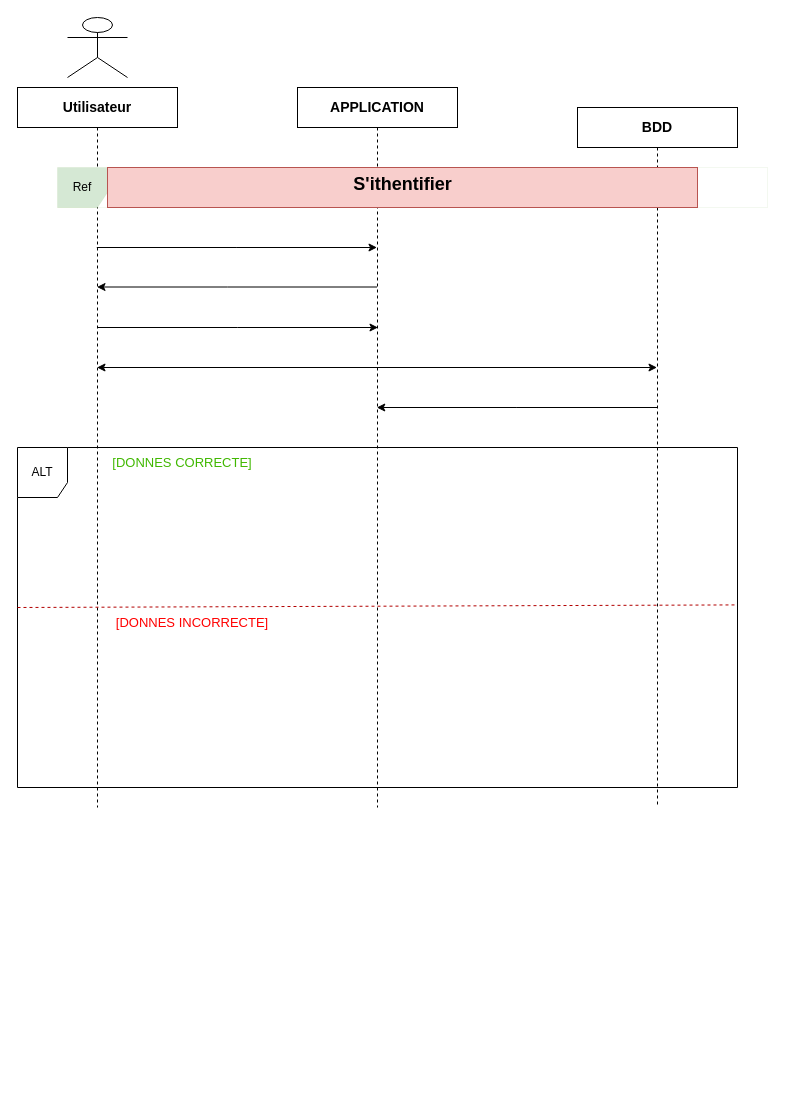
This is Untitled Diagram.drawio from karim200003/foryou, a draw.io file, before an edit. Source tidied: cells renumbered, new cells numbered last; positions are measured from the earlier drawing's top-left corner, leaving out a move shared by most shapes. Both pictures are drawn from the tidied source at 100%, with x=0, y=0 at pixel (17, 17).
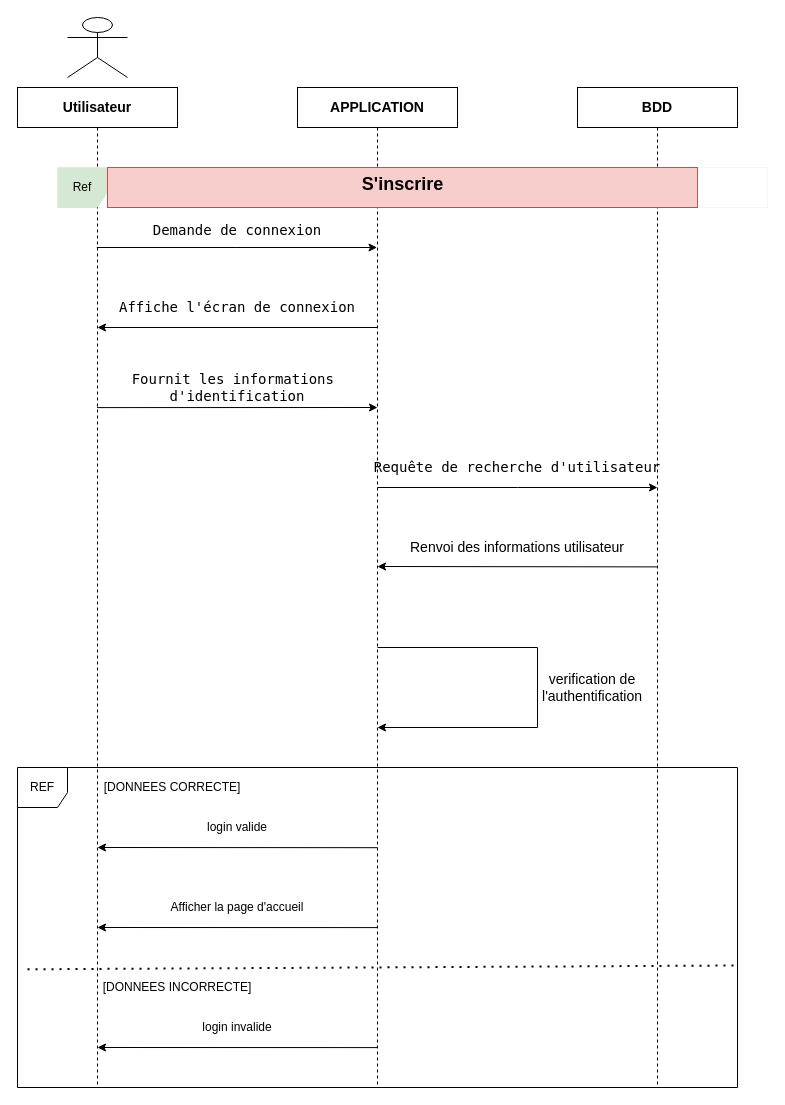
After the change.

The change refers to these unchanged cells:
```xml
<mxCell id="13" value="Ref" style="shape=umlFrame;whiteSpace=wrap;html=1;width=50;fillColor=#d5e8d4;strokeColor=#82b366;swimlaneFillColor=none;height=40;strokeWidth=0;" parent="1" vertex="1">
  <mxGeometry x="40" y="150" width="710" height="40" as="geometry" />
</mxCell>
```

Change to the diagram source:
```diff
@@
-    <mxCell id="2" style="edgeStyle=elbowEdgeStyle;rounded=0;jettySize=auto;html=1;elbow=vertical;curved=0;" parent="1" edge="1" source="4" target="15">
-      <mxGeometry relative="1" as="geometry" />
+    <mxCell id="2" style="edgeStyle=elbowEdgeStyle;rounded=0;jettySize=auto;html=1;elbow=vertical;curved=0;" parent="1" edge="1" source="4">
+      <mxGeometry relative="1" as="geometry">
+        <mxPoint x="80" y="599.8" as="targetPoint" />
+      </mxGeometry>
     </mxCell>
@@
     <mxCell id="4" value="&lt;font style=&quot;font-size: 14px;&quot;&gt;&lt;b&gt;Utilisateur&lt;/b&gt;&lt;/font&gt;" style="shape=umlLifeline;perimeter=lifelinePerimeter;whiteSpace=wrap;html=1;outlineConnect=0;portConstraint=eastwest;newEdgeStyle={&quot;edgeStyle&quot;:&quot;elbowEdgeStyle&quot;,&quot;elbow&quot;:&quot;vertical&quot;,&quot;curved&quot;:0,&quot;rounded&quot;:0};size=40;" parent="1" vertex="1">
-      <mxGeometry y="70" width="160" height="720" as="geometry" />
+      <mxGeometry y="70" width="160" height="1000" as="geometry" />
     </mxCell>
     <mxCell id="5" style="edgeStyle=elbowEdgeStyle;rounded=0;orthogonalLoop=1;jettySize=auto;html=1;elbow=vertical;curved=0;" parent="1" edge="1">
       <mxGeometry relative="1" as="geometry">
-        <mxPoint x="639.5" y="390" as="sourcePoint" />
-        <mxPoint x="359.3" y="390" as="targetPoint" />
+        <mxPoint x="640.2" y="549.4" as="sourcePoint" />
+        <mxPoint x="360" y="549.4" as="targetPoint" />
       </mxGeometry>
     </mxCell>
     <mxCell id="6" value="&lt;font style=&quot;font-size: 14px;&quot;&gt;&lt;b&gt;BDD&lt;/b&gt;&lt;/font&gt;" style="shape=umlLifeline;perimeter=lifelinePerimeter;whiteSpace=wrap;html=1;newEdgeStyle={&quot;edgeStyle&quot;:&quot;elbowEdgeStyle&quot;,&quot;elbow&quot;:&quot;vertical&quot;,&quot;curved&quot;:0,&quot;rounded&quot;:0};" parent="1" vertex="1">
-      <mxGeometry x="560" y="90" width="160" height="700" as="geometry" />
+      <mxGeometry x="560" y="70" width="160" height="1000" as="geometry" />
     </mxCell>
     <mxCell id="7" style="edgeStyle=elbowEdgeStyle;rounded=0;orthogonalLoop=1;jettySize=auto;html=1;elbow=vertical;curved=0;" parent="1" edge="1">
       <mxGeometry relative="1" as="geometry">
-        <mxPoint x="359.5" y="269.5" as="sourcePoint" />
-        <mxPoint x="79.5" y="269.5" as="targetPoint" />
+        <mxPoint x="360" y="310" as="sourcePoint" />
+        <mxPoint x="80" y="310" as="targetPoint" />
         <Array as="points">
-          <mxPoint x="210" y="269.5" />
-          <mxPoint x="230" y="259.5" />
+          <mxPoint x="210.5" y="310" />
+          <mxPoint x="230.5" y="300" />
         </Array>
       </mxGeometry>
     </mxCell>
-    <mxCell id="8" style="edgeStyle=elbowEdgeStyle;rounded=0;orthogonalLoop=1;jettySize=auto;html=1;elbow=vertical;curved=0;" parent="1" edge="1">
-      <mxGeometry relative="1" as="geometry">
-        <mxPoint x="359.5" y="350" as="sourcePoint" />
-        <mxPoint x="79.5" y="350" as="targetPoint" />
-      </mxGeometry>
-    </mxCell>
     <mxCell id="9" style="edgeStyle=elbowEdgeStyle;rounded=0;orthogonalLoop=1;jettySize=auto;html=1;elbow=vertical;curved=0;" parent="1" edge="1">
       <mxGeometry relative="1" as="geometry">
-        <mxPoint x="359.5" y="350" as="sourcePoint" />
-        <mxPoint x="639.5" y="350" as="targetPoint" />
+        <mxPoint x="360" y="470" as="sourcePoint" />
+        <mxPoint x="640" y="470" as="targetPoint" />
       </mxGeometry>
     </mxCell>
     <mxCell id="10" value="&lt;font style=&quot;font-size: 14px;&quot;&gt;&lt;b&gt;APPLICATION&lt;/b&gt;&lt;/font&gt;" style="shape=umlLifeline;perimeter=lifelinePerimeter;whiteSpace=wrap;html=1;newEdgeStyle={&quot;edgeStyle&quot;:&quot;elbowEdgeStyle&quot;,&quot;elbow&quot;:&quot;vertical&quot;,&quot;curved&quot;:0,&quot;rounded&quot;:0};size=40;" parent="1" vertex="1">
-      <mxGeometry x="280" y="70" width="160" height="720" as="geometry" />
+      <mxGeometry x="280" y="70" width="160" height="1000" as="geometry" />
     </mxCell>
@@
     <mxCell id="12" style="edgeStyle=elbowEdgeStyle;rounded=0;orthogonalLoop=1;jettySize=auto;html=1;elbow=vertical;curved=0;" parent="1" edge="1">
       <mxGeometry relative="1" as="geometry">
-        <mxPoint x="80" y="310" as="sourcePoint" />
-        <mxPoint x="360.5" y="310" as="targetPoint" />
+        <mxPoint x="79.5" y="390.1" as="sourcePoint" />
+        <mxPoint x="360" y="390.1" as="targetPoint" />
       </mxGeometry>
     </mxCell>
@@
-    <mxCell id="14" value="&lt;div&gt;&lt;span style=&quot;background-color: initial;&quot;&gt;&lt;b&gt;&lt;font style=&quot;font-size: 18px;&quot;&gt;S'ithentifier&lt;/font&gt;&lt;/b&gt;&lt;/span&gt;&lt;br&gt;&lt;/div&gt;" style="text;align=center;html=1;fillColor=#f8cecc;strokeColor=#b85450;" parent="13" vertex="1">
+    <mxCell id="14" value="&lt;div&gt;&lt;span style=&quot;background-color: initial;&quot;&gt;&lt;b&gt;&lt;font style=&quot;font-size: 18px;&quot;&gt;S'inscrire&lt;/font&gt;&lt;/b&gt;&lt;/span&gt;&lt;br&gt;&lt;/div&gt;" style="text;align=center;html=1;fillColor=#f8cecc;strokeColor=#b85450;" parent="13" vertex="1">
       <mxGeometry width="590" height="40" relative="1" as="geometry">
         <mxPoint x="50" as="offset" />
       </mxGeometry>
     </mxCell>
-    <mxCell id="15" value="ALT" style="shape=umlFrame;whiteSpace=wrap;html=1;width=50;height=50;" parent="1" vertex="1">
-      <mxGeometry y="430" width="720" height="340" as="geometry" />
-    </mxCell>
-    <mxCell id="16" style="endArrow=none;dashed=1;html=1;rounded=0;entryX=0.998;entryY=0.463;entryDx=0;entryDy=0;entryPerimeter=0;exitX=-0.005;exitY=0.554;exitDx=0;exitDy=0;exitPerimeter=0;fillColor=#e51400;strokeColor=#B20000;" parent="15" edge="1" target="15">
-      <mxGeometry relative="1" as="geometry">
-        <mxPoint y="160" as="sourcePoint" />
-      </mxGeometry>
-    </mxCell>
-    <mxCell id="17" value="&lt;font color=&quot;#40b800&quot; style=&quot;font-size: 13px;&quot;&gt;[DONNES CORRECTE]&lt;/font&gt;" style="text;strokeColor=none;align=center;fillColor=none;html=1;verticalAlign=middle;whiteSpace=wrap;rounded=0;" parent="15" vertex="1">
-      <mxGeometry x="90" width="150" height="30" as="geometry" />
-    </mxCell>
-    <mxCell id="18" value="&lt;font color=&quot;#ff0000&quot; style=&quot;font-size: 13px;&quot;&gt;[DONNES INCORRECTE]&lt;/font&gt;" style="text;strokeColor=none;align=center;fillColor=none;html=1;verticalAlign=middle;whiteSpace=wrap;rounded=0;" parent="15" vertex="1">
-      <mxGeometry x="90" y="160" width="170" height="30" as="geometry" />
-    </mxCell>
+    <mxCell id="19" value="&lt;span style=&quot;font-family: &amp;quot;Söhne Mono&amp;quot;, Monaco, &amp;quot;Andale Mono&amp;quot;, &amp;quot;Ubuntu Mono&amp;quot;, monospace; font-size: 14px; text-align: left; white-space: pre; background-color: rgb(255, 255, 255);&quot;&gt;&lt;font color=&quot;#000000&quot;&gt;Demande de connexion&lt;/font&gt;&lt;/span&gt;" style="text;strokeColor=none;align=center;fillColor=none;html=1;verticalAlign=middle;whiteSpace=wrap;rounded=0;fontColor=#ffffff;" parent="1" vertex="1">
+      <mxGeometry x="80" y="190" width="280" height="45" as="geometry" />
+    </mxCell>
+    <mxCell id="20" value="&lt;span style=&quot;font-family: &amp;quot;Söhne Mono&amp;quot;, Monaco, &amp;quot;Andale Mono&amp;quot;, &amp;quot;Ubuntu Mono&amp;quot;, monospace; font-size: 14px; text-align: left; white-space: pre; background-color: rgb(255, 255, 255);&quot;&gt;Affiche l'écran de connexion&lt;/span&gt;" style="text;strokeColor=none;align=center;fillColor=none;html=1;verticalAlign=middle;whiteSpace=wrap;rounded=0;" parent="1" vertex="1">
+      <mxGeometry x="80" y="270" width="280" height="40" as="geometry" />
+    </mxCell>
+    <mxCell id="21" value="&lt;font style=&quot;font-size: 14px;&quot;&gt;&lt;span style=&quot;font-family: &amp;quot;Söhne Mono&amp;quot;, Monaco, &amp;quot;Andale Mono&amp;quot;, &amp;quot;Ubuntu Mono&amp;quot;, monospace; text-align: left; white-space: pre;&quot;&gt;Fournit les informations &lt;/span&gt;&lt;/font&gt;&lt;div style=&quot;font-size: 14px;&quot;&gt;&lt;font style=&quot;font-size: 14px;&quot;&gt;&lt;span style=&quot;font-family: &amp;quot;Söhne Mono&amp;quot;, Monaco, &amp;quot;Andale Mono&amp;quot;, &amp;quot;Ubuntu Mono&amp;quot;, monospace; text-align: left; white-space: pre;&quot;&gt;d&lt;/span&gt;&lt;span style=&quot;border: 0px solid rgb(227, 227, 227); box-sizing: border-box; --tw-border-spacing-x: 0; --tw-border-spacing-y: 0; --tw-translate-x: 0; --tw-translate-y: 0; --tw-rotate: 0; --tw-skew-x: 0; --tw-skew-y: 0; --tw-scale-x: 1; --tw-scale-y: 1; --tw-pan-x: ; --tw-pan-y: ; --tw-pinch-zoom: ; --tw-scroll-snap-strictness: proximity; --tw-gradient-from-position: ; --tw-gradient-via-position: ; --tw-gradient-to-position: ; --tw-ordinal: ; --tw-slashed-zero: ; --tw-numeric-figure: ; --tw-numeric-spacing: ; --tw-numeric-fraction: ; --tw-ring-inset: ; --tw-ring-offset-width: 0px; --tw-ring-offset-color: #fff; --tw-ring-color: rgba(69,89,164,.5); --tw-ring-offset-shadow: 0 0 transparent; --tw-ring-shadow: 0 0 transparent; --tw-shadow: 0 0 transparent; --tw-shadow-colored: 0 0 transparent; --tw-blur: ; --tw-brightness: ; --tw-contrast: ; --tw-grayscale: ; --tw-hue-rotate: ; --tw-invert: ; --tw-saturate: ; --tw-sepia: ; --tw-drop-shadow: ; --tw-backdrop-blur: ; --tw-backdrop-brightness: ; --tw-backdrop-contrast: ; --tw-backdrop-grayscale: ; --tw-backdrop-hue-rotate: ; --tw-backdrop-invert: ; --tw-backdrop-opacity: ; --tw-backdrop-saturate: ; --tw-backdrop-sepia: ; font-family: &amp;quot;Söhne Mono&amp;quot;, Monaco, &amp;quot;Andale Mono&amp;quot;, &amp;quot;Ubuntu Mono&amp;quot;, monospace; text-align: left; white-space: pre;&quot; class=&quot;hljs-symbol&quot;&gt;'identification&lt;/span&gt;&lt;/font&gt;&lt;/div&gt;" style="text;strokeColor=none;align=center;fillColor=none;html=1;verticalAlign=middle;whiteSpace=wrap;rounded=0;" parent="1" vertex="1">
+      <mxGeometry x="80" y="350" width="280" height="40" as="geometry" />
+    </mxCell>
+    <mxCell id="22" value="&lt;span style=&quot;font-family: &amp;quot;Söhne Mono&amp;quot;, Monaco, &amp;quot;Andale Mono&amp;quot;, &amp;quot;Ubuntu Mono&amp;quot;, monospace; font-size: 14px; text-align: left; white-space: pre;&quot;&gt;Requête de recherche d&lt;/span&gt;&lt;span style=&quot;border: 0px solid rgb(227, 227, 227); box-sizing: border-box; --tw-border-spacing-x: 0; --tw-border-spacing-y: 0; --tw-translate-x: 0; --tw-translate-y: 0; --tw-rotate: 0; --tw-skew-x: 0; --tw-skew-y: 0; --tw-scale-x: 1; --tw-scale-y: 1; --tw-pan-x: ; --tw-pan-y: ; --tw-pinch-zoom: ; --tw-scroll-snap-strictness: proximity; --tw-gradient-from-position: ; --tw-gradient-via-position: ; --tw-gradient-to-position: ; --tw-ordinal: ; --tw-slashed-zero: ; --tw-numeric-figure: ; --tw-numeric-spacing: ; --tw-numeric-fraction: ; --tw-ring-inset: ; --tw-ring-offset-width: 0px; --tw-ring-offset-color: #fff; --tw-ring-color: rgba(69,89,164,.5); --tw-ring-offset-shadow: 0 0 transparent; --tw-ring-shadow: 0 0 transparent; --tw-shadow: 0 0 transparent; --tw-shadow-colored: 0 0 transparent; --tw-blur: ; --tw-brightness: ; --tw-contrast: ; --tw-grayscale: ; --tw-hue-rotate: ; --tw-invert: ; --tw-saturate: ; --tw-sepia: ; --tw-drop-shadow: ; --tw-backdrop-blur: ; --tw-backdrop-brightness: ; --tw-backdrop-contrast: ; --tw-backdrop-grayscale: ; --tw-backdrop-hue-rotate: ; --tw-backdrop-invert: ; --tw-backdrop-opacity: ; --tw-backdrop-saturate: ; --tw-backdrop-sepia: ; font-family: &amp;quot;Söhne Mono&amp;quot;, Monaco, &amp;quot;Andale Mono&amp;quot;, &amp;quot;Ubuntu Mono&amp;quot;, monospace; font-size: 14px; text-align: left; white-space: pre;&quot; class=&quot;hljs-symbol&quot;&gt;'utilisateur&lt;/span&gt;" style="text;strokeColor=none;align=center;fillColor=none;html=1;verticalAlign=middle;whiteSpace=wrap;rounded=0;" parent="1" vertex="1">
+      <mxGeometry x="360" y="430" width="280" height="40" as="geometry" />
+    </mxCell>
+    <mxCell id="23" value="&lt;font style=&quot;font-size: 14px;&quot;&gt;Renvoi des informations utilisateur&lt;/font&gt;" style="text;strokeColor=none;align=center;fillColor=none;html=1;verticalAlign=middle;whiteSpace=wrap;rounded=0;" parent="1" vertex="1">
+      <mxGeometry x="360" y="510" width="280" height="40" as="geometry" />
+    </mxCell>
+    <mxCell id="24" style="endArrow=classic;html=1;rounded=0;" parent="1" edge="1">
+      <mxGeometry relative="1" as="geometry">
+        <mxPoint x="360" y="630" as="sourcePoint" />
+        <mxPoint x="360" y="710" as="targetPoint" />
+        <Array as="points">
+          <mxPoint x="520" y="630" />
+          <mxPoint x="520" y="710" />
+        </Array>
+      </mxGeometry>
+    </mxCell>
+    <mxCell id="25" value="&lt;font style=&quot;font-size: 14px;&quot;&gt;verification de l'authentification&lt;/font&gt;" style="text;strokeColor=none;align=center;fillColor=none;html=1;verticalAlign=middle;whiteSpace=wrap;rounded=0;" parent="1" vertex="1">
+      <mxGeometry x="530" y="630" width="90" height="80" as="geometry" />
+    </mxCell>
+    <mxCell id="26" value="REF" style="shape=umlFrame;whiteSpace=wrap;html=1;width=50;height=40;" parent="1" vertex="1">
+      <mxGeometry y="750" width="720" height="320" as="geometry" />
+    </mxCell>
+    <mxCell id="27" value="[DONNEES CORRECTE]" style="text;strokeColor=none;align=center;fillColor=none;html=1;verticalAlign=middle;whiteSpace=wrap;rounded=0;" parent="26" vertex="1">
+      <mxGeometry x="80" width="150" height="40" as="geometry" />
+    </mxCell>
+    <mxCell id="28" style="edgeStyle=elbowEdgeStyle;rounded=0;orthogonalLoop=1;jettySize=auto;html=1;elbow=vertical;curved=0;" parent="26" edge="1">
+      <mxGeometry relative="1" as="geometry">
+        <mxPoint x="359.9" y="80.2" as="sourcePoint" />
+        <mxPoint x="80" y="80.2" as="targetPoint" />
+      </mxGeometry>
+    </mxCell>
+    <mxCell id="29" style="edgeStyle=elbowEdgeStyle;rounded=0;orthogonalLoop=1;jettySize=auto;html=1;elbow=vertical;curved=0;" parent="26" edge="1">
+      <mxGeometry relative="1" as="geometry">
+        <mxPoint x="359.9" y="160.1" as="sourcePoint" />
+        <mxPoint x="80" y="160.1" as="targetPoint" />
+      </mxGeometry>
+    </mxCell>
+    <mxCell id="30" value="Afficher la page d'accueil" style="text;strokeColor=none;align=center;fillColor=none;html=1;verticalAlign=middle;whiteSpace=wrap;rounded=0;" parent="26" vertex="1">
+      <mxGeometry x="80" y="120" width="280" height="40" as="geometry" />
+    </mxCell>
+    <mxCell id="31" value="login valide" style="text;strokeColor=none;align=center;fillColor=none;html=1;verticalAlign=middle;whiteSpace=wrap;rounded=0;" parent="26" vertex="1">
+      <mxGeometry x="80" y="40" width="280" height="40" as="geometry" />
+    </mxCell>
+    <mxCell id="32" value="[DONNEES INCORRECTE]" style="text;strokeColor=none;align=center;fillColor=none;html=1;verticalAlign=middle;whiteSpace=wrap;rounded=0;" parent="26" vertex="1">
+      <mxGeometry x="80" y="200" width="160" height="40" as="geometry" />
+    </mxCell>
+    <mxCell id="33" style="endArrow=none;dashed=1;html=1;dashPattern=1 3;strokeWidth=2;rounded=0;exitX=0.001;exitY=0.747;exitDx=0;exitDy=0;exitPerimeter=0;" parent="26" edge="1">
+      <mxGeometry relative="1" as="geometry">
+        <mxPoint x="10" y="201.8" as="sourcePoint" />
+        <mxPoint x="720" y="198" as="targetPoint" />
+      </mxGeometry>
+    </mxCell>
+    <mxCell id="34" value="login invalide" style="text;strokeColor=none;align=center;fillColor=none;html=1;verticalAlign=middle;whiteSpace=wrap;rounded=0;" parent="26" vertex="1">
+      <mxGeometry x="80" y="240" width="280" height="40" as="geometry" />
+    </mxCell>
+    <mxCell id="35" style="edgeStyle=elbowEdgeStyle;rounded=0;orthogonalLoop=1;jettySize=auto;html=1;elbow=vertical;curved=0;" parent="26" edge="1">
+      <mxGeometry relative="1" as="geometry">
+        <mxPoint x="359.9" y="280.1" as="sourcePoint" />
+        <mxPoint x="80" y="280.1" as="targetPoint" />
+      </mxGeometry>
+    </mxCell>
```
